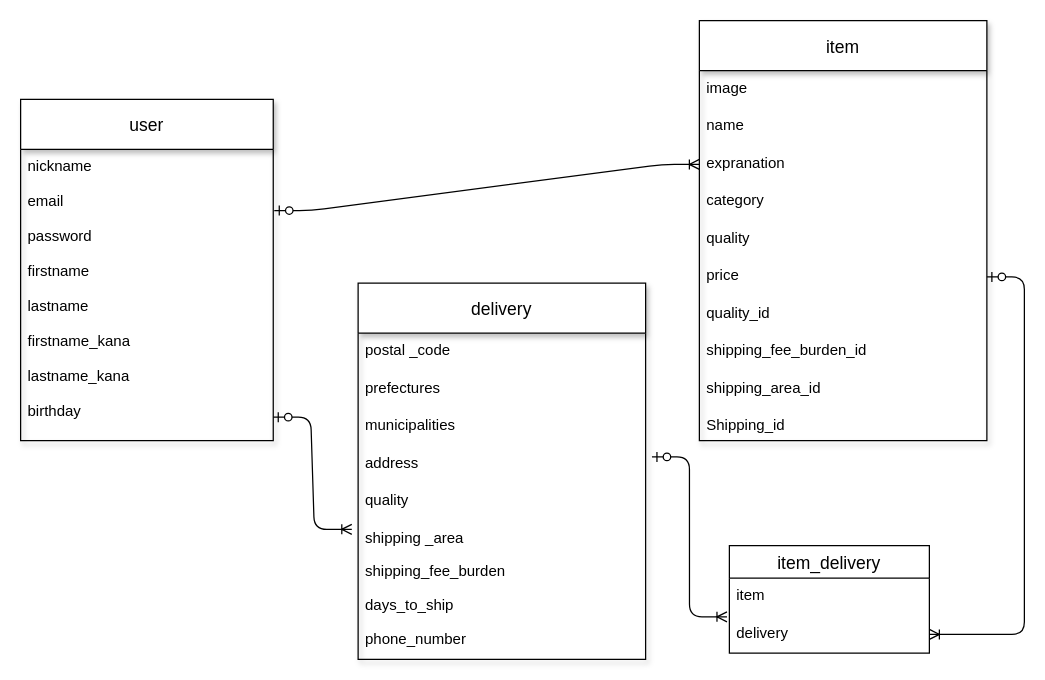
The draw.io diagram page "ページ1" (1 of 2) of hurimaEr.dio in banana38ruy/furima-32992, before the edit. Source tidied: cells renumbered, new cells numbered last; positions are measured from the earlier drawing's top-left corner, leaving out a move shared by most shapes. Both pictures are drawn from the tidied source at 125%, with x=0, y=0 at pixel (20, 20).
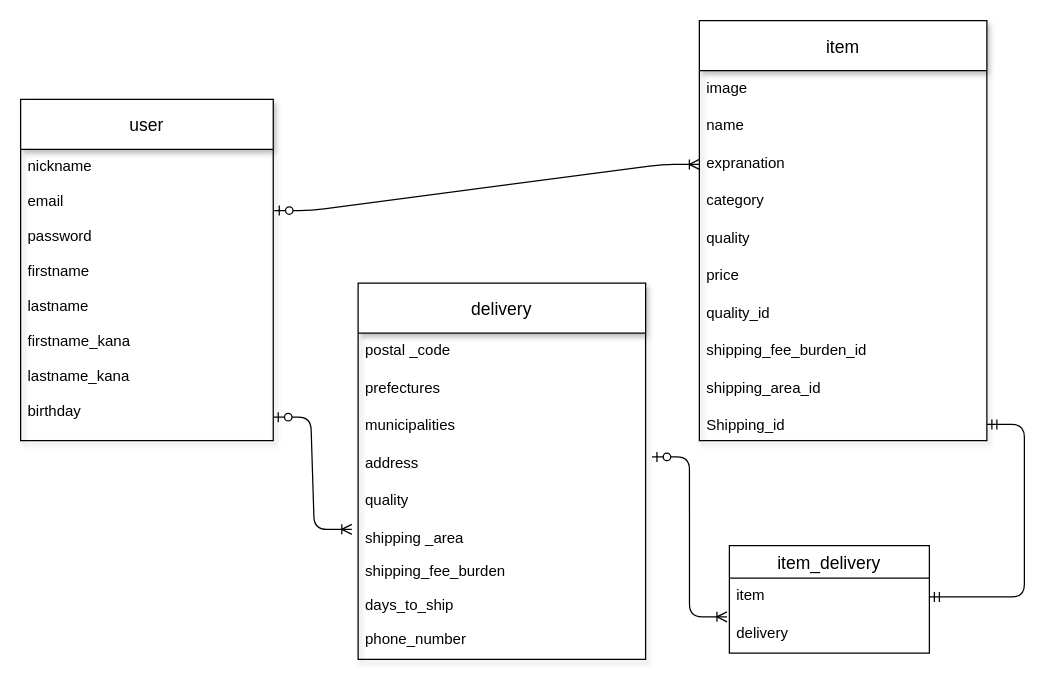
The same page after the edit.

Commit message (it also covers changes not shown here):
修正５has_oneへ変更

The change refers to these unchanged cells:
```xml
<mxCell id="12" value="Shipping_id" style="text;strokeColor=none;fillColor=none;spacingLeft=4;spacingRight=4;overflow=hidden;points=[[0,0.5],[1,0.5]];portConstraint=eastwest;fontSize=12;" parent="2" vertex="1">
  <mxGeometry y="310" width="230" height="26" as="geometry" />
</mxCell>
<mxCell id="27" value="item" style="text;strokeColor=none;fillColor=none;spacingLeft=4;spacingRight=4;overflow=hidden;points=[[0,0.5],[1,0.5]];portConstraint=eastwest;fontSize=12;" parent="26" vertex="1">
  <mxGeometry y="26" width="160" height="30" as="geometry" />
</mxCell>
<mxCell id="28" value="delivery" style="text;strokeColor=none;fillColor=none;spacingLeft=4;spacingRight=4;overflow=hidden;points=[[0,0.5],[1,0.5]];portConstraint=eastwest;fontSize=12;" parent="26" vertex="1">
  <mxGeometry y="56" width="160" height="30" as="geometry" />
</mxCell>
```

The edit, as a diff of the source:
```diff
@@
-    <mxCell id="29" style="edgeStyle=entityRelationEdgeStyle;fontSize=12;html=1;endArrow=ERoneToMany;startArrow=ERzeroToOne;entryX=1;entryY=0.5;entryDx=0;entryDy=0;" parent="1" edge="1" target="28">
-      <mxGeometry relative="1" as="geometry">
-        <mxPoint x="773" y="205" as="sourcePoint" />
-      </mxGeometry>
-    </mxCell>
@@
+    <mxCell id="39" style="edgeStyle=entityRelationEdgeStyle;fontSize=12;html=1;endArrow=ERmandOne;startArrow=ERmandOne;exitX=1;exitY=0.5;exitDx=0;exitDy=0;" parent="1" edge="1" source="27" target="12">
+      <mxGeometry relative="1" as="geometry" />
+    </mxCell>
```
